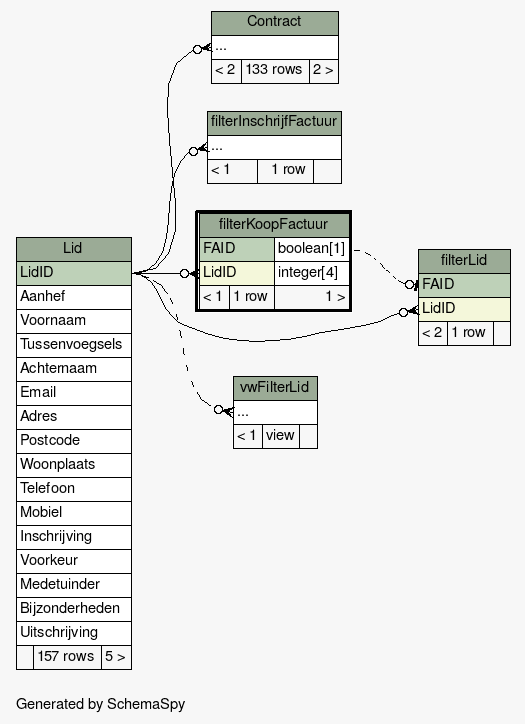
slspeek/ona-volkstuin keeps this Graphviz diagram as db-schema-docs/diagrams/filterKoopFactuur.implied2degrees.png. Above is the earlier version. Its source is kept beside it as db-schema-docs/diagrams/filterKoopFactuur.implied2degrees.dot.
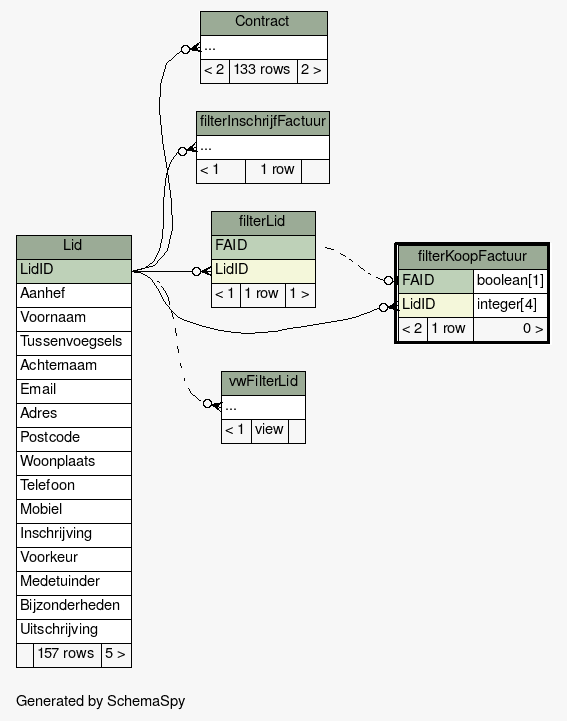
The same diagram one commit later.

What changed in the source:
```diff
@@ -19,8 +19,8 @@
   ];
   "Contract":"elipses":w -> "Lid":"LidID":e [arrowhead=none dir=back arrowtail=crowodot];
   "filterInschrijfFactuur":"elipses":w -> "Lid":"LidID":e [arrowhead=none dir=back arrowtail=crowodot];
+  "filterKoopFactuur":"FAID":w -> "filterLid":"FAID":e [arrowhead=none dir=back arrowtail=teeodot style=dashed];
   "filterKoopFactuur":"LidID":w -> "Lid":"LidID":e [arrowhead=none dir=back arrowtail=crowodot];
-  "filterLid":"FAID":w -> "filterKoopFactuur":"FAID.type":e [arrowhead=none dir=back arrowtail=teeodot style=dashed];
   "filterLid":"LidID":w -> "Lid":"LidID":e [arrowhead=none dir=back arrowtail=crowodot];
   "vwFilterLid":"elipses":w -> "Lid":"LidID":e [arrowhead=none dir=back arrowtail=crowodot style=dashed];
   "Contract" [
@@ -49,7 +49,7 @@
       <TR><TD COLSPAN="3" BGCOLOR="#9bab96" ALIGN="CENTER">filterKoopFactuur</TD></TR>
       <TR><TD PORT="FAID" COLSPAN="2" BGCOLOR="#bed1b8" ALIGN="LEFT">FAID</TD><TD PORT="FAID.type" ALIGN="LEFT">boolean[1]</TD></TR>
       <TR><TD PORT="LidID" COLSPAN="2" BGCOLOR="#f4f7da" ALIGN="LEFT">LidID</TD><TD PORT="LidID.type" ALIGN="LEFT">integer[4]</TD></TR>
-      <TR><TD ALIGN="LEFT" BGCOLOR="#f7f7f7">&lt; 1</TD><TD ALIGN="RIGHT" BGCOLOR="#f7f7f7">1 row</TD><TD ALIGN="RIGHT" BGCOLOR="#f7f7f7">1 &gt;</TD></TR>
+      <TR><TD ALIGN="LEFT" BGCOLOR="#f7f7f7">&lt; 2</TD><TD ALIGN="RIGHT" BGCOLOR="#f7f7f7">1 row</TD><TD ALIGN="RIGHT" BGCOLOR="#f7f7f7">0 &gt;</TD></TR>
     </TABLE>>
     URL="filterKoopFactuur.html"
     tooltip="filterKoopFactuur"
@@ -60,7 +60,7 @@
       <TR><TD COLSPAN="3" BGCOLOR="#9bab96" ALIGN="CENTER">filterLid</TD></TR>
       <TR><TD PORT="FAID" COLSPAN="3" BGCOLOR="#bed1b8" ALIGN="LEFT">FAID</TD></TR>
       <TR><TD PORT="LidID" COLSPAN="3" BGCOLOR="#f4f7da" ALIGN="LEFT">LidID</TD></TR>
-      <TR><TD ALIGN="LEFT" BGCOLOR="#f7f7f7">&lt; 2</TD><TD ALIGN="RIGHT" BGCOLOR="#f7f7f7">1 row</TD><TD ALIGN="RIGHT" BGCOLOR="#f7f7f7">  </TD></TR>
+      <TR><TD ALIGN="LEFT" BGCOLOR="#f7f7f7">&lt; 1</TD><TD ALIGN="RIGHT" BGCOLOR="#f7f7f7">1 row</TD><TD ALIGN="RIGHT" BGCOLOR="#f7f7f7">1 &gt;</TD></TR>
     </TABLE>>
     URL="filterLid.html"
     tooltip="filterLid"
```
